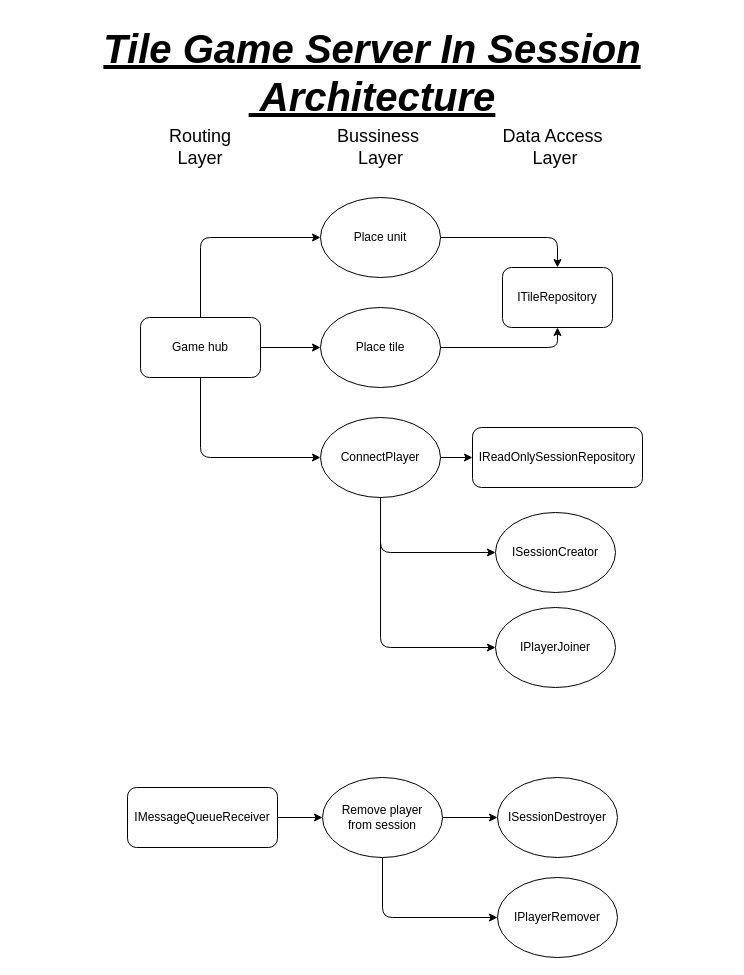
the-coolest-developers/TileGame-Core keeps this draw.io diagram as Diagrams/TileGameServerInSession.drawio. Above is the earlier version. Source tidied: cells renumbered, new cells numbered last; positions are measured from the earlier drawing's top-left corner, leaving out a move shared by most shapes. Both pictures are drawn from the tidied source at 100%, with x=0, y=0 at pixel (17, 17).
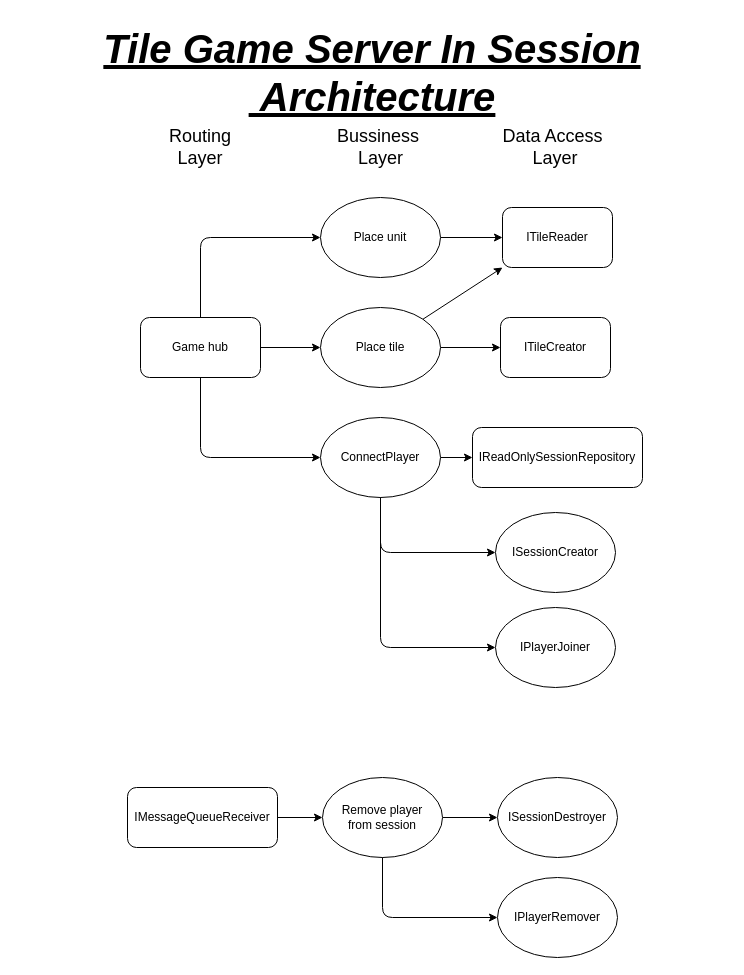
The same diagram, later.

Commit message:
[TGS-55] TileRepository split into TileReader and TileCreator

Unchanged cells that the change refers to:
```xml
<mxCell id="6" value="Place unit" style="ellipse;whiteSpace=wrap;html=1;fontSize=12;align=center;verticalAlign=middle;" parent="1" vertex="1">
  <mxGeometry x="303" y="180" width="120" height="80" as="geometry" />
</mxCell>
<mxCell id="7" value="Place tile" style="ellipse;whiteSpace=wrap;html=1;fontSize=12;align=center;verticalAlign=middle;" parent="1" vertex="1">
  <mxGeometry x="303" y="290" width="120" height="80" as="geometry" />
</mxCell>
```

What changed in the source:
```diff
@@
+    <mxCell id="27" style="edgeStyle=orthogonalEdgeStyle;rounded=0;jettySize=auto;html=1;" parent="1" edge="1" source="6" target="26">
+      <mxGeometry relative="1" as="geometry" />
+    </mxCell>
@@
+    <mxCell id="29" style="edgeStyle=orthogonalEdgeStyle;rounded=0;jettySize=auto;html=1;" parent="1" edge="1" source="7" target="30">
+      <mxGeometry relative="1" as="geometry" />
+    </mxCell>
@@
-    <mxCell id="26" value="ITileRepository" style="rounded=1;whiteSpace=wrap;html=1;" parent="1" vertex="1">
-      <mxGeometry x="485" y="250" width="110" height="60" as="geometry" />
+    <mxCell id="26" value="ITileReader" style="rounded=1;whiteSpace=wrap;html=1;" parent="1" vertex="1">
+      <mxGeometry x="485" y="190" width="110" height="60" as="geometry" />
     </mxCell>
-    <mxCell id="27" style="endArrow=classic;html=1;shadow=0;align=center;edgeStyle=elbowEdgeStyle;exitX=1;exitY=0.5;exitDx=0;exitDy=0;entryX=0.5;entryY=0;entryDx=0;entryDy=0;" parent="1" edge="1" source="6" target="26">
-      <mxGeometry relative="1" as="geometry">
-        <Array as="points">
-          <mxPoint x="540" y="230" />
-          <mxPoint x="538" y="250" />
-          <mxPoint x="453" y="210" />
-          <mxPoint x="483" y="280" />
-        </Array>
-      </mxGeometry>
-    </mxCell>
-    <mxCell id="28" style="endArrow=classic;html=1;shadow=0;align=center;edgeStyle=elbowEdgeStyle;entryX=0.5;entryY=1;entryDx=0;entryDy=0;exitX=1;exitY=0.5;exitDx=0;exitDy=0;" parent="1" edge="1" source="7" target="26">
-      <mxGeometry relative="1" as="geometry">
-        <Array as="points">
-          <mxPoint x="540" y="310" />
-          <mxPoint x="538" y="320" />
-          <mxPoint x="540.5" y="360" />
-          <mxPoint x="455.5" y="320" />
-          <mxPoint x="485.5" y="390" />
-        </Array>
-      </mxGeometry>
+    <mxCell id="28" style="endArrow=classic;html=1;entryX=0;entryY=1;entryDx=0;entryDy=0;exitX=1;exitY=0;exitDx=0;exitDy=0;" parent="1" edge="1" source="7" target="26">
+      <mxGeometry relative="1" as="geometry" />
     </mxCell>
+    <mxCell id="30" value="ITileCreator" style="rounded=1;whiteSpace=wrap;html=1;" parent="1" vertex="1">
+      <mxGeometry x="483" y="300" width="110" height="60" as="geometry" />
+    </mxCell>
```
